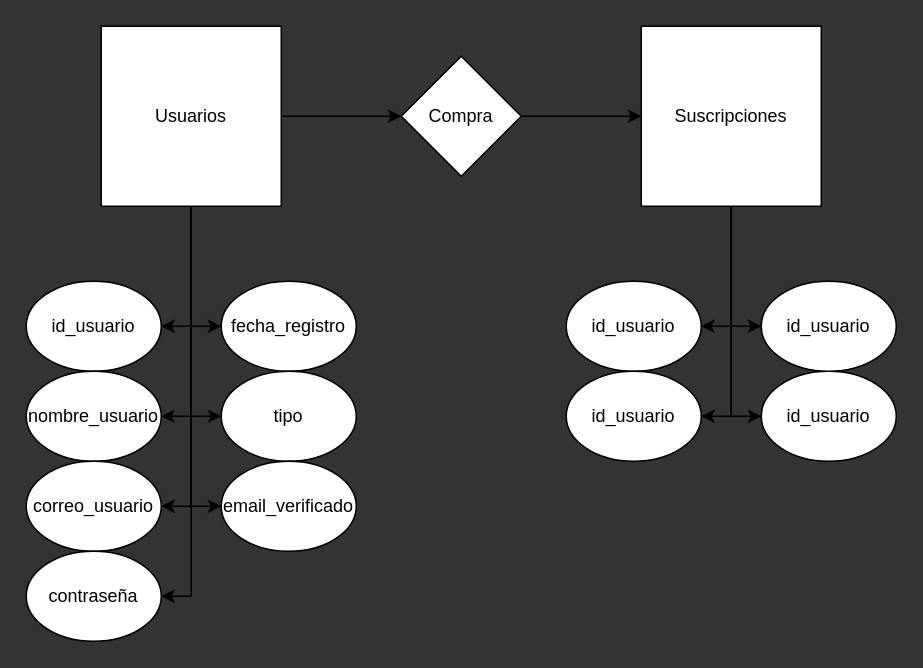
Above: diagramas/BasedeDatos.drawio in meeeww/yuumisuperviser (draw.io), before the change. Source tidied: cells renumbered, new cells numbered last; positions are measured from the earlier drawing's top-left corner, leaving out a move shared by most shapes. Both pictures are drawn from the tidied source at 150%, with x=0, y=0 at pixel (26, 26).
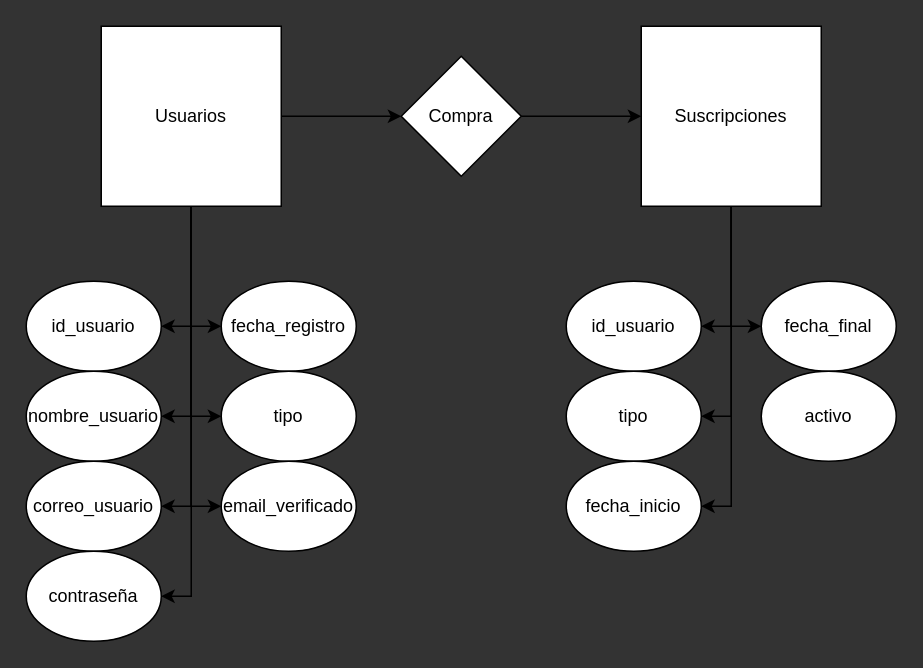
Above is the later version.

The change refers to these unchanged cells:
```xml
<mxCell id="22" value="Suscripciones" style="whiteSpace=wrap;html=1;" parent="1" vertex="1">
  <mxGeometry x="410" width="120" height="120" as="geometry" />
</mxCell>
```

The edit, as a diff of the source:
```diff
@@
-    <mxCell id="19" style="edgeStyle=orthogonalEdgeStyle;rounded=0;jettySize=auto;html=1;entryX=0;entryY=0.5;entryDx=0;entryDy=0;" parent="1" edge="1" source="22" target="28">
-      <mxGeometry relative="1" as="geometry" />
-    </mxCell>
@@
+    <mxCell id="19" style="edgeStyle=orthogonalEdgeStyle;rounded=0;jettySize=auto;html=1;entryX=1;entryY=0.5;entryDx=0;entryDy=0;" parent="1" edge="1" source="22" target="28">
+      <mxGeometry relative="1" as="geometry" />
+    </mxCell>
@@
-    <mxCell id="26" value="id_usuario" style="ellipse;whiteSpace=wrap;html=1;" parent="1" vertex="1">
+    <mxCell id="26" value="tipo" style="ellipse;whiteSpace=wrap;html=1;" parent="1" vertex="1">
       <mxGeometry x="360" y="230" width="90" height="60" as="geometry" />
     </mxCell>
-    <mxCell id="27" value="id_usuario" style="ellipse;whiteSpace=wrap;html=1;" parent="1" vertex="1">
-      <mxGeometry x="490" y="230" width="90" height="60" as="geometry" />
+    <mxCell id="27" value="fecha_final" style="ellipse;whiteSpace=wrap;html=1;" parent="1" vertex="1">
+      <mxGeometry x="490" y="170" width="90" height="60" as="geometry" />
     </mxCell>
-    <mxCell id="28" value="id_usuario" style="ellipse;whiteSpace=wrap;html=1;" parent="1" vertex="1">
-      <mxGeometry x="490" y="170" width="90" height="60" as="geometry" />
+    <mxCell id="28" value="fecha_inicio" style="ellipse;whiteSpace=wrap;html=1;" parent="1" vertex="1">
+      <mxGeometry x="360" y="290" width="90" height="60" as="geometry" />
     </mxCell>
+    <mxCell id="29" value="activo" style="ellipse;whiteSpace=wrap;html=1;" parent="1" vertex="1">
+      <mxGeometry x="490" y="230" width="90" height="60" as="geometry" />
+    </mxCell>
```
